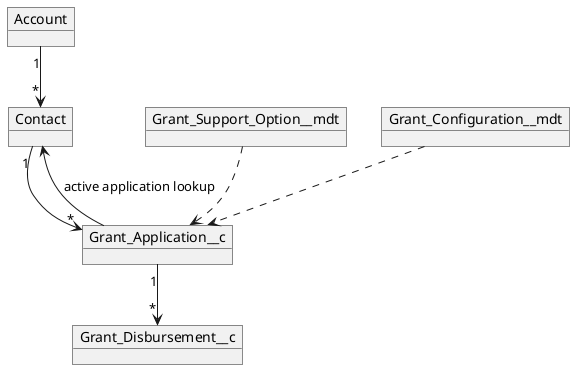
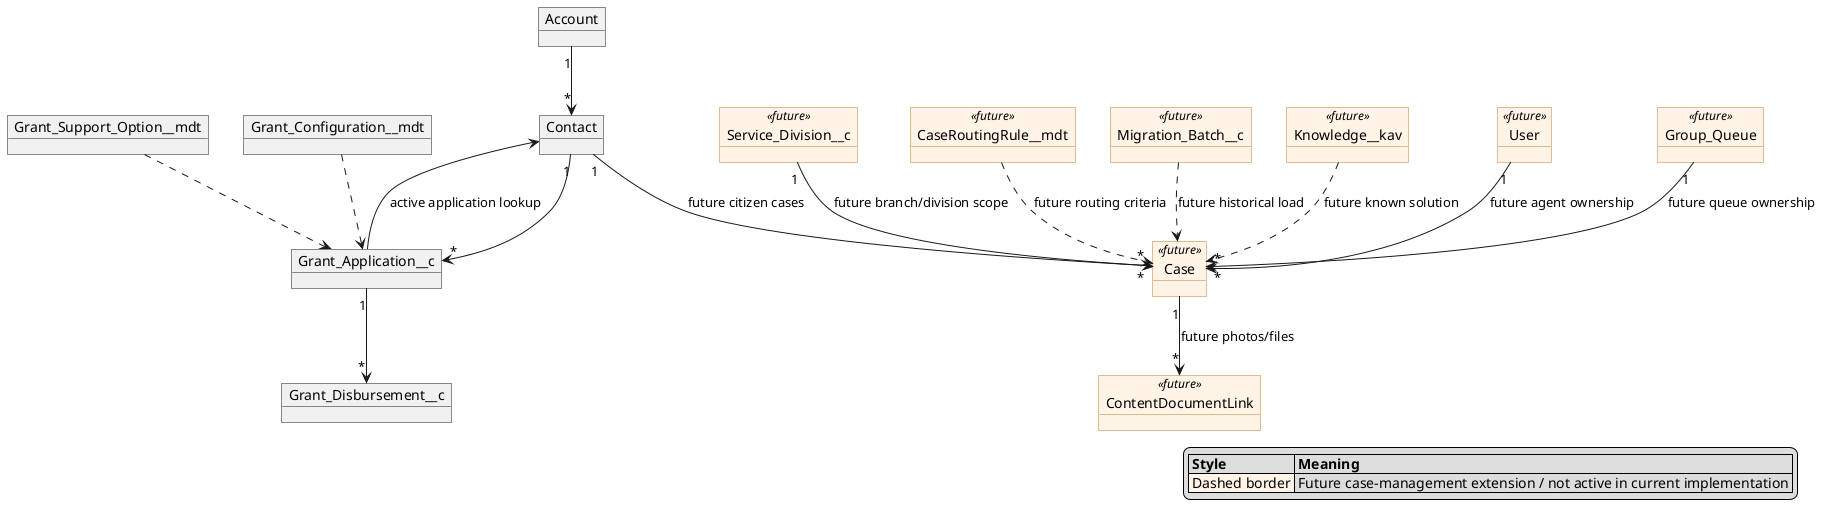
@startuml
+ skinparam object {
+     BackgroundColor<<future>> #FFF4E6
+     BorderColor<<future>> #C47F36
+     BorderStyle<<future>> dashed
+ }

object Account

object Contact

object Grant_Application__c

object Grant_Disbursement__c

object Grant_Support_Option__mdt

object Grant_Configuration__mdt

+ object Case <<future>>
+ 
+ object Knowledge__kav <<future>>
+ 
+ object ContentDocumentLink <<future>>
+ 
+ object User <<future>>
+ 
+ object Group_Queue <<future>>
+ 
+ object Service_Division__c <<future>>
+ 
+ object CaseRoutingRule__mdt <<future>>
+ 
+ object Migration_Batch__c <<future>>
+ 
Account "1" --> "*" Contact

Contact "1" --> "*" Grant_Application__c

Grant_Application__c "1" --> "*" Grant_Disbursement__c

Grant_Support_Option__mdt ..> Grant_Application__c

Grant_Configuration__mdt ..> Grant_Application__c

Contact <-- Grant_Application__c : active application lookup
+ 
+ Contact "1" --> "*" Case : future citizen cases
+ 
+ Service_Division__c "1" --> "*" Case : future branch/division scope
+ 
+ User "1" --> "*" Case : future agent ownership
+ 
+ Group_Queue "1" --> "*" Case : future queue ownership
+ 
+ Case "1" --> "*" ContentDocumentLink : future photos/files
+ 
+ Knowledge__kav ..> Case : future known solution
+ 
+ CaseRoutingRule__mdt ..> Case : future routing criteria
+ 
+ Migration_Batch__c ..> Case : future historical load
+ 
+ legend right
+   |= Style |= Meaning |
+   |<#FFF4E6> Dashed border | Future case-management extension / not active in current implementation |
+ endlegend
@enduml
